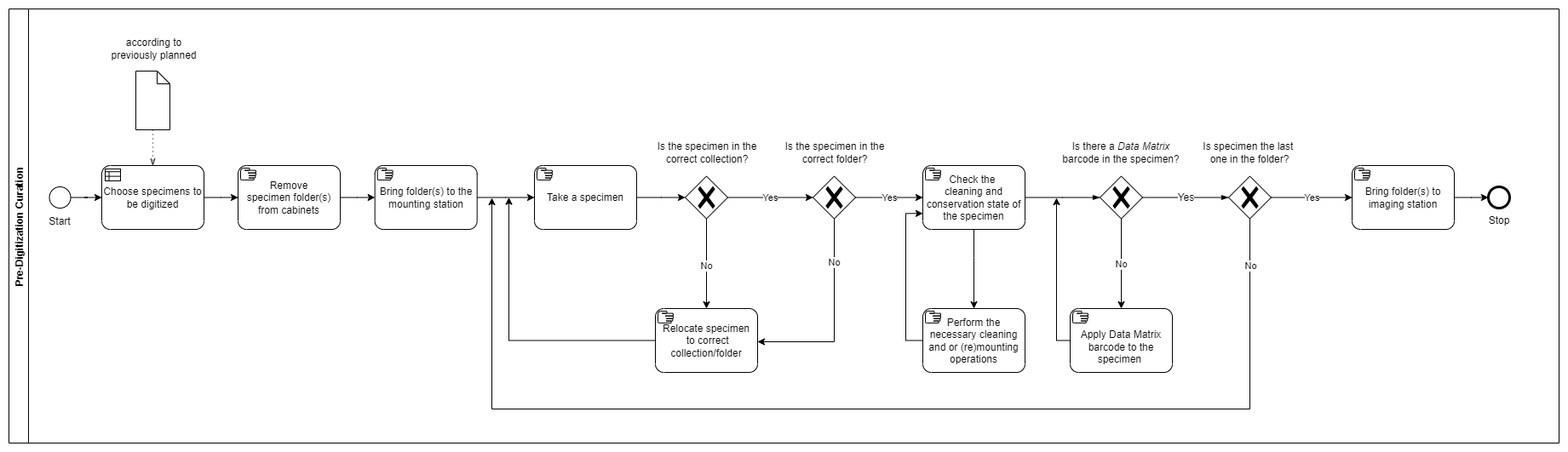
This is images/HerbariumSheets/LISI/LISI_Pre-digitization_curation_tasks.png from DiSSCo/dissco.github.io, a draw.io export, as it was before one commit. Source tidied: cells renumbered, new cells last; positions are measured from the earlier drawing's top-left corner, leaving out a move shared by most shapes.
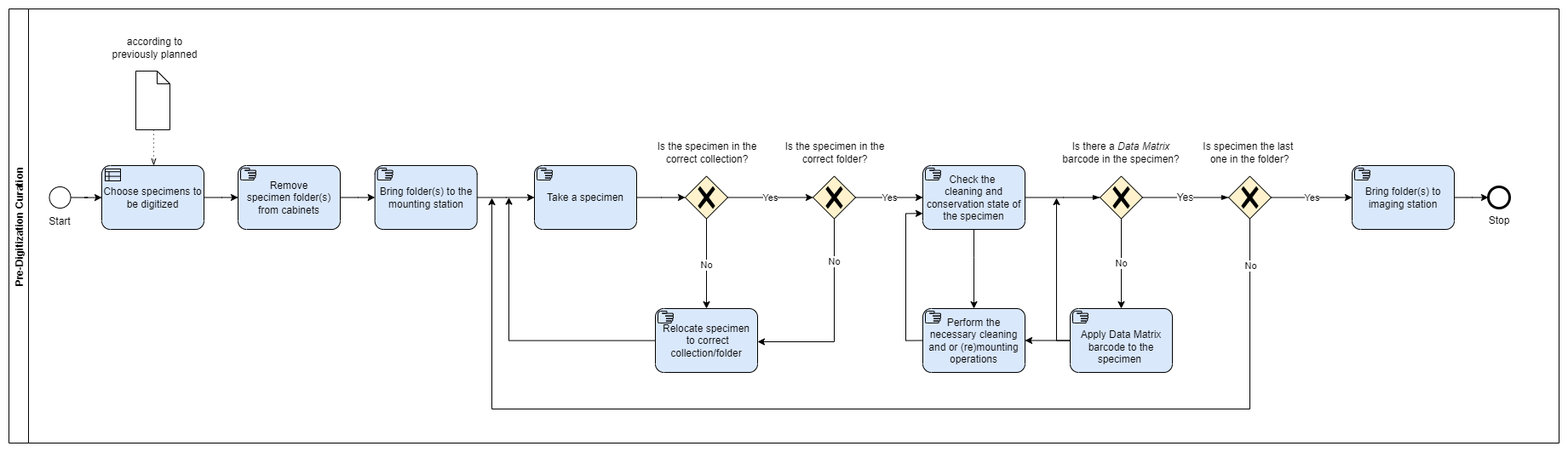
Later version of the same file.

Commit message:
Update LISI workflow images

Change to the diagram source:
```diff
@@ -2,7 +2,7 @@
   <root>
     <mxCell id="0" />
     <mxCell id="1" parent="0" />
-    <mxCell id="2" value="Choose specimens to be digitized" style="points=[[0.25,0,0],[0.5,0,0],[0.75,0,0],[1,0.25,0],[1,0.5,0],[1,0.75,0],[0.75,1,0],[0.5,1,0],[0.25,1,0],[0,0.75,0],[0,0.5,0],[0,0.25,0]];shape=mxgraph.bpmn.task;whiteSpace=wrap;rectStyle=rounded;size=10;taskMarker=businessRule;" parent="1" vertex="1">
+    <mxCell id="2" value="Choose specimens to be digitized" style="points=[[0.25,0,0],[0.5,0,0],[0.75,0,0],[1,0.25,0],[1,0.5,0],[1,0.75,0],[0.75,1,0],[0.5,1,0],[0.25,1,0],[0,0.75,0],[0,0.5,0],[0,0.25,0]];shape=mxgraph.bpmn.task;whiteSpace=wrap;rectStyle=rounded;size=10;taskMarker=businessRule;fillColor=#dae8fc;strokeColor=#000000;" parent="1" vertex="1">
       <mxGeometry x="109" y="184" width="120" height="75" as="geometry" />
     </mxCell>
     <mxCell id="3" style="shape=mxgraph.bpmn.data;labelPosition=center;verticalLabelPosition=bottom;align=center;verticalAlign=top;whiteSpace=wrap;size=15;html=1;" parent="1" vertex="1">
@@ -21,7 +21,7 @@
         <mxPoint x="109.5" y="220.5" as="sourcePoint" />
       </mxGeometry>
     </mxCell>
-    <mxCell id="7" value="Remove&#10;specimen folder(s) from cabinets" style="points=[[0.25,0,0],[0.5,0,0],[0.75,0,0],[1,0.25,0],[1,0.5,0],[1,0.75,0],[0.75,1,0],[0.5,1,0],[0.25,1,0],[0,0.75,0],[0,0.5,0],[0,0.25,0]];shape=mxgraph.bpmn.task;whiteSpace=wrap;rectStyle=rounded;size=10;taskMarker=manual;" parent="1" vertex="1">
+    <mxCell id="7" value="Remove&#10;specimen folder(s) from cabinets" style="points=[[0.25,0,0],[0.5,0,0],[0.75,0,0],[1,0.25,0],[1,0.5,0],[1,0.75,0],[0.75,1,0],[0.5,1,0],[0.25,1,0],[0,0.75,0],[0,0.5,0],[0,0.25,0]];shape=mxgraph.bpmn.task;whiteSpace=wrap;rectStyle=rounded;size=10;taskMarker=manual;fillColor=#dae8fc;strokeColor=#000000;" parent="1" vertex="1">
       <mxGeometry x="269" y="184" width="120" height="75" as="geometry" />
     </mxCell>
     <mxCell id="8" style="edgeStyle=elbowEdgeStyle;fontSize=12;html=1;endArrow=classic;endFill=1;rounded=0;entryX=0;entryY=0.5;entryDx=0;entryDy=0;entryPerimeter=0;" parent="1" edge="1" source="2" target="7">
@@ -46,10 +46,10 @@
     <mxCell id="13" value="Yes" style="edgeStyle=orthogonalEdgeStyle;rounded=0;jettySize=auto;html=1;" parent="1" edge="1" source="25" target="14">
       <mxGeometry relative="1" as="geometry" />
     </mxCell>
-    <mxCell id="14" value="Check the &#10;cleaning and conservation state of the specimen" style="points=[[0.25,0,0],[0.5,0,0],[0.75,0,0],[1,0.25,0],[1,0.5,0],[1,0.75,0],[0.75,1,0],[0.5,1,0],[0.25,1,0],[0,0.75,0],[0,0.5,0],[0,0.25,0]];shape=mxgraph.bpmn.task;whiteSpace=wrap;rectStyle=rounded;size=10;taskMarker=manual;" parent="1" vertex="1">
+    <mxCell id="14" value="Check the &#10;cleaning and conservation state of the specimen" style="points=[[0.25,0,0],[0.5,0,0],[0.75,0,0],[1,0.25,0],[1,0.5,0],[1,0.75,0],[0.75,1,0],[0.5,1,0],[0.25,1,0],[0,0.75,0],[0,0.5,0],[0,0.25,0]];shape=mxgraph.bpmn.task;whiteSpace=wrap;rectStyle=rounded;size=10;taskMarker=manual;fillColor=#dae8fc;strokeColor=#000000;" parent="1" vertex="1">
       <mxGeometry x="1073" y="184" width="120" height="75" as="geometry" />
     </mxCell>
-    <mxCell id="15" value="Bring folder(s) to the mounting station" style="points=[[0.25,0,0],[0.5,0,0],[0.75,0,0],[1,0.25,0],[1,0.5,0],[1,0.75,0],[0.75,1,0],[0.5,1,0],[0.25,1,0],[0,0.75,0],[0,0.5,0],[0,0.25,0]];shape=mxgraph.bpmn.task;whiteSpace=wrap;rectStyle=rounded;size=10;taskMarker=manual;" parent="1" vertex="1">
+    <mxCell id="15" value="Bring folder(s) to the mounting station" style="points=[[0.25,0,0],[0.5,0,0],[0.75,0,0],[1,0.25,0],[1,0.5,0],[1,0.75,0],[0.75,1,0],[0.5,1,0],[0.25,1,0],[0,0.75,0],[0,0.5,0],[0,0.25,0]];shape=mxgraph.bpmn.task;whiteSpace=wrap;rectStyle=rounded;size=10;taskMarker=manual;fillColor=#dae8fc;strokeColor=#000000;" parent="1" vertex="1">
       <mxGeometry x="429.7" y="184" width="120" height="75" as="geometry" />
     </mxCell>
     <mxCell id="16" value="No" style="edgeStyle=orthogonalEdgeStyle;rounded=0;jettySize=auto;html=1;" parent="1" edge="1" source="30" target="29">
@@ -82,19 +82,19 @@
         </Array>
       </mxGeometry>
     </mxCell>
-    <mxCell id="23" value="Relocate specimen&#10; to correct collection/folder" style="points=[[0.25,0,0],[0.5,0,0],[0.75,0,0],[1,0.25,0],[1,0.5,0],[1,0.75,0],[0.75,1,0],[0.5,1,0],[0.25,1,0],[0,0.75,0],[0,0.5,0],[0,0.25,0]];shape=mxgraph.bpmn.task;whiteSpace=wrap;rectStyle=rounded;size=10;taskMarker=manual;" parent="1" vertex="1">
+    <mxCell id="23" value="Relocate specimen&#10; to correct collection/folder" style="points=[[0.25,0,0],[0.5,0,0],[0.75,0,0],[1,0.25,0],[1,0.5,0],[1,0.75,0],[0.75,1,0],[0.5,1,0],[0.25,1,0],[0,0.75,0],[0,0.5,0],[0,0.25,0]];shape=mxgraph.bpmn.task;whiteSpace=wrap;rectStyle=rounded;size=10;taskMarker=manual;fillColor=#dae8fc;strokeColor=#000000;" parent="1" vertex="1">
       <mxGeometry x="759" y="352" width="120" height="75" as="geometry" />
     </mxCell>
-    <mxCell id="24" style="points=[[0.25,0.25,0],[0.5,0,0],[0.75,0.25,0],[1,0.5,0],[0.75,0.75,0],[0.5,1,0],[0.25,0.75,0],[0,0.5,0]];shape=mxgraph.bpmn.gateway2;html=1;verticalLabelPosition=bottom;labelBackgroundColor=#ffffff;verticalAlign=top;align=center;perimeter=rhombusPerimeter;outlineConnect=0;outline=none;symbol=none;gwType=exclusive;" parent="1" vertex="1">
+    <mxCell id="24" style="points=[[0.25,0.25,0],[0.5,0,0],[0.75,0.25,0],[1,0.5,0],[0.75,0.75,0],[0.5,1,0],[0.25,0.75,0],[0,0.5,0]];shape=mxgraph.bpmn.gateway2;html=1;verticalLabelPosition=bottom;labelBackgroundColor=#ffffff;verticalAlign=top;align=center;perimeter=rhombusPerimeter;outlineConnect=0;outline=none;symbol=none;gwType=exclusive;fillColor=#fff2cc;strokeColor=#000000;" parent="1" vertex="1">
       <mxGeometry x="794" y="196.5" width="50" height="50" as="geometry" />
     </mxCell>
-    <mxCell id="25" style="points=[[0.25,0.25,0],[0.5,0,0],[0.75,0.25,0],[1,0.5,0],[0.75,0.75,0],[0.5,1,0],[0.25,0.75,0],[0,0.5,0]];shape=mxgraph.bpmn.gateway2;html=1;verticalLabelPosition=bottom;labelBackgroundColor=#ffffff;verticalAlign=top;align=center;perimeter=rhombusPerimeter;outlineConnect=0;outline=none;symbol=none;gwType=exclusive;" parent="1" vertex="1">
+    <mxCell id="25" style="points=[[0.25,0.25,0],[0.5,0,0],[0.75,0.25,0],[1,0.5,0],[0.75,0.75,0],[0.5,1,0],[0.25,0.75,0],[0,0.5,0]];shape=mxgraph.bpmn.gateway2;html=1;verticalLabelPosition=bottom;labelBackgroundColor=#ffffff;verticalAlign=top;align=center;perimeter=rhombusPerimeter;outlineConnect=0;outline=none;symbol=none;gwType=exclusive;fillColor=#fff2cc;strokeColor=#000000;" parent="1" vertex="1">
       <mxGeometry x="944" y="196.5" width="50" height="50" as="geometry" />
     </mxCell>
     <mxCell id="26" style="edgeStyle=orthogonalEdgeStyle;rounded=0;jettySize=auto;html=1;exitX=0;exitY=0.5;exitDx=0;exitDy=0;exitPerimeter=0;entryX=0;entryY=0.75;entryDx=0;entryDy=0;entryPerimeter=0;startArrow=none;startFill=0;" parent="1" edge="1" source="27" target="14">
       <mxGeometry relative="1" as="geometry" />
     </mxCell>
-    <mxCell id="27" value="Perform the necessary cleaning and or (re)mounting operations" style="points=[[0.25,0,0],[0.5,0,0],[0.75,0,0],[1,0.25,0],[1,0.5,0],[1,0.75,0],[0.75,1,0],[0.5,1,0],[0.25,1,0],[0,0.75,0],[0,0.5,0],[0,0.25,0]];shape=mxgraph.bpmn.task;whiteSpace=wrap;rectStyle=rounded;size=10;taskMarker=manual;" parent="1" vertex="1">
+    <mxCell id="27" value="Perform the necessary cleaning and or (re)mounting operations" style="points=[[0.25,0,0],[0.5,0,0],[0.75,0,0],[1,0.25,0],[1,0.5,0],[1,0.75,0],[0.75,1,0],[0.5,1,0],[0.25,1,0],[0,0.75,0],[0,0.5,0],[0,0.25,0]];shape=mxgraph.bpmn.task;whiteSpace=wrap;rectStyle=rounded;size=10;taskMarker=manual;fillColor=#dae8fc;strokeColor=#000000;" parent="1" vertex="1">
       <mxGeometry x="1073" y="352" width="120" height="75" as="geometry" />
     </mxCell>
     <mxCell id="28" style="edgeStyle=orthogonalEdgeStyle;rounded=0;jettySize=auto;html=1;" parent="1" edge="1" source="29">
@@ -105,10 +105,13 @@
         </Array>
       </mxGeometry>
     </mxCell>
+    <mxCell id="48" style="edgeStyle=orthogonalEdgeStyle;rounded=0;jettySize=auto;html=1;" parent="1" edge="1" source="29" target="27">
+      <mxGeometry relative="1" as="geometry" />
+    </mxCell>
-    <mxCell id="29" value="&#10;Apply Data Matrix barcode to the specimen " style="points=[[0.25,0,0],[0.5,0,0],[0.75,0,0],[1,0.25,0],[1,0.5,0],[1,0.75,0],[0.75,1,0],[0.5,1,0],[0.25,1,0],[0,0.75,0],[0,0.5,0],[0,0.25,0]];shape=mxgraph.bpmn.task;whiteSpace=wrap;rectStyle=rounded;size=10;taskMarker=manual;" parent="1" vertex="1">
+    <mxCell id="29" value="&#10;Apply Data Matrix barcode to the specimen " style="points=[[0.25,0,0],[0.5,0,0],[0.75,0,0],[1,0.25,0],[1,0.5,0],[1,0.75,0],[0.75,1,0],[0.5,1,0],[0.25,1,0],[0,0.75,0],[0,0.5,0],[0,0.25,0]];shape=mxgraph.bpmn.task;whiteSpace=wrap;rectStyle=rounded;size=10;taskMarker=manual;fillColor=#dae8fc;strokeColor=#000000;" parent="1" vertex="1">
       <mxGeometry x="1246" y="352" width="120" height="75" as="geometry" />
     </mxCell>
-    <mxCell id="30" style="points=[[0.25,0.25,0],[0.5,0,0],[0.75,0.25,0],[1,0.5,0],[0.75,0.75,0],[0.5,1,0],[0.25,0.75,0],[0,0.5,0]];shape=mxgraph.bpmn.gateway2;html=1;verticalLabelPosition=bottom;labelBackgroundColor=#ffffff;verticalAlign=top;align=center;perimeter=rhombusPerimeter;outlineConnect=0;outline=none;symbol=none;gwType=exclusive;" parent="1" vertex="1">
+    <mxCell id="30" style="points=[[0.25,0.25,0],[0.5,0,0],[0.75,0.25,0],[1,0.5,0],[0.75,0.75,0],[0.5,1,0],[0.25,0.75,0],[0,0.5,0]];shape=mxgraph.bpmn.gateway2;html=1;verticalLabelPosition=bottom;labelBackgroundColor=#ffffff;verticalAlign=top;align=center;perimeter=rhombusPerimeter;outlineConnect=0;outline=none;symbol=none;gwType=exclusive;fillColor=#fff2cc;strokeColor=#000000;" parent="1" vertex="1">
       <mxGeometry x="1281" y="196.5" width="50" height="50" as="geometry" />
     </mxCell>
     <mxCell id="31" value="Pre-Digitization Curation" style="swimlane;horizontal=0;" parent="1" vertex="1">
@@ -120,19 +123,19 @@
     <mxCell id="33" value="&lt;span style=&quot;background-color: rgb(255 , 255 , 255)&quot;&gt;Stop&lt;/span&gt;" style="text;html=1;strokeColor=none;fillColor=none;align=center;verticalAlign=middle;whiteSpace=wrap;rounded=0;" parent="31" vertex="1">
       <mxGeometry x="1729.5" y="239" width="40" height="20" as="geometry" />
     </mxCell>
-    <mxCell id="34" value="Take a specimen" style="points=[[0.25,0,0],[0.5,0,0],[0.75,0,0],[1,0.25,0],[1,0.5,0],[1,0.75,0],[0.75,1,0],[0.5,1,0],[0.25,1,0],[0,0.75,0],[0,0.5,0],[0,0.25,0]];shape=mxgraph.bpmn.task;whiteSpace=wrap;rectStyle=rounded;size=10;taskMarker=manual;" parent="31" vertex="1">
+    <mxCell id="34" value="Take a specimen" style="points=[[0.25,0,0],[0.5,0,0],[0.75,0,0],[1,0.25,0],[1,0.5,0],[1,0.75,0],[0.75,1,0],[0.5,1,0],[0.25,1,0],[0,0.75,0],[0,0.5,0],[0,0.25,0]];shape=mxgraph.bpmn.task;whiteSpace=wrap;rectStyle=rounded;size=10;taskMarker=manual;fillColor=#dae8fc;strokeColor=#000000;" parent="31" vertex="1">
       <mxGeometry x="617" y="184" width="120" height="75" as="geometry" />
     </mxCell>
     <mxCell id="35" style="ellipse;whiteSpace=wrap;html=1;" parent="31" vertex="1">
       <mxGeometry x="47.5" y="209" width="25" height="25" as="geometry" />
     </mxCell>
-    <mxCell id="36" style="points=[[0.25,0.25,0],[0.5,0,0],[0.75,0.25,0],[1,0.5,0],[0.75,0.75,0],[0.5,1,0],[0.25,0.75,0],[0,0.5,0]];shape=mxgraph.bpmn.gateway2;html=1;verticalLabelPosition=bottom;labelBackgroundColor=#ffffff;verticalAlign=top;align=center;perimeter=rhombusPerimeter;outlineConnect=0;outline=none;symbol=none;gwType=exclusive;" parent="31" vertex="1">
+    <mxCell id="36" style="points=[[0.25,0.25,0],[0.5,0,0],[0.75,0.25,0],[1,0.5,0],[0.75,0.75,0],[0.5,1,0],[0.25,0.75,0],[0,0.5,0]];shape=mxgraph.bpmn.gateway2;html=1;verticalLabelPosition=bottom;labelBackgroundColor=#ffffff;verticalAlign=top;align=center;perimeter=rhombusPerimeter;outlineConnect=0;outline=none;symbol=none;gwType=exclusive;fillColor=#fff2cc;strokeColor=#000000;" parent="31" vertex="1">
       <mxGeometry x="1432" y="196.5" width="50" height="50" as="geometry" />
     </mxCell>
     <mxCell id="37" value="Is specimen the last &lt;br&gt;one in the folder?" style="text;html=1;strokeColor=none;fillColor=none;align=center;verticalAlign=middle;whiteSpace=wrap;rounded=0;" parent="31" vertex="1">
       <mxGeometry x="1387" y="154" width="140" height="30" as="geometry" />
     </mxCell>
-    <mxCell id="38" value="Bring folder(s) to imaging station" style="points=[[0.25,0,0],[0.5,0,0],[0.75,0,0],[1,0.25,0],[1,0.5,0],[1,0.75,0],[0.75,1,0],[0.5,1,0],[0.25,1,0],[0,0.75,0],[0,0.5,0],[0,0.25,0]];shape=mxgraph.bpmn.task;whiteSpace=wrap;rectStyle=rounded;size=10;taskMarker=manual;" parent="31" vertex="1">
+    <mxCell id="38" value="Bring folder(s) to imaging station" style="points=[[0.25,0,0],[0.5,0,0],[0.75,0,0],[1,0.25,0],[1,0.5,0],[1,0.75,0],[0.75,1,0],[0.5,1,0],[0.25,1,0],[0,0.75,0],[0,0.5,0],[0,0.25,0]];shape=mxgraph.bpmn.task;whiteSpace=wrap;rectStyle=rounded;size=10;taskMarker=manual;fillColor=#dae8fc;strokeColor=#000000;" parent="31" vertex="1">
       <mxGeometry x="1577" y="184" width="120" height="75" as="geometry" />
     </mxCell>
     <mxCell id="39" value="Yes" style="edgeStyle=orthogonalEdgeStyle;rounded=0;jettySize=auto;html=1;" parent="31" edge="1" source="36" target="38">
```
